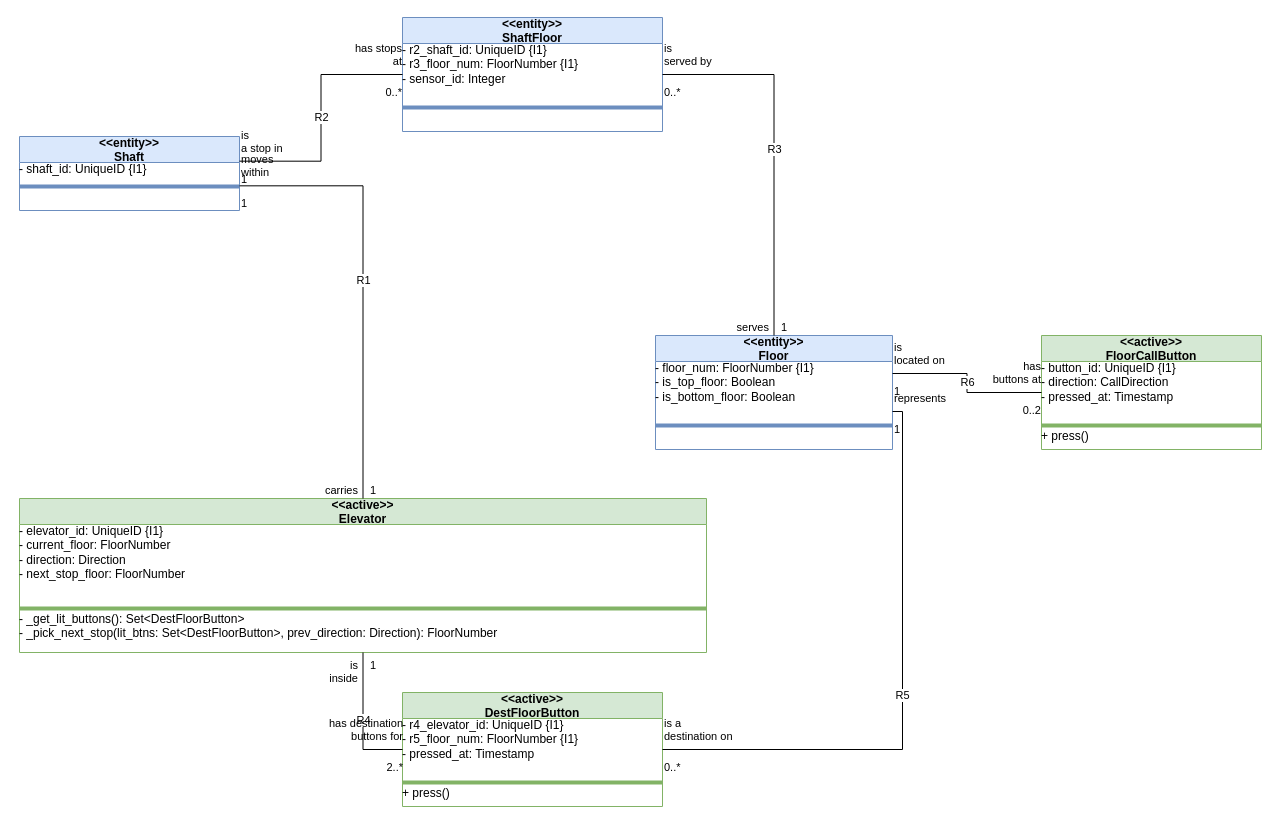
BChaloux-Cyn/MDF-Simulator keeps this draw.io diagram as examples/elevator/.design/model/diagrams/Elevator-class-diagram.drawio. Above is the earlier version. Source tidied: cells renumbered, new cells numbered last; positions are measured from the earlier drawing's top-left corner, leaving out a move shared by most shapes. Both pictures are drawn from the tidied source at 100%, with x=0, y=0 at pixel (19, 17).
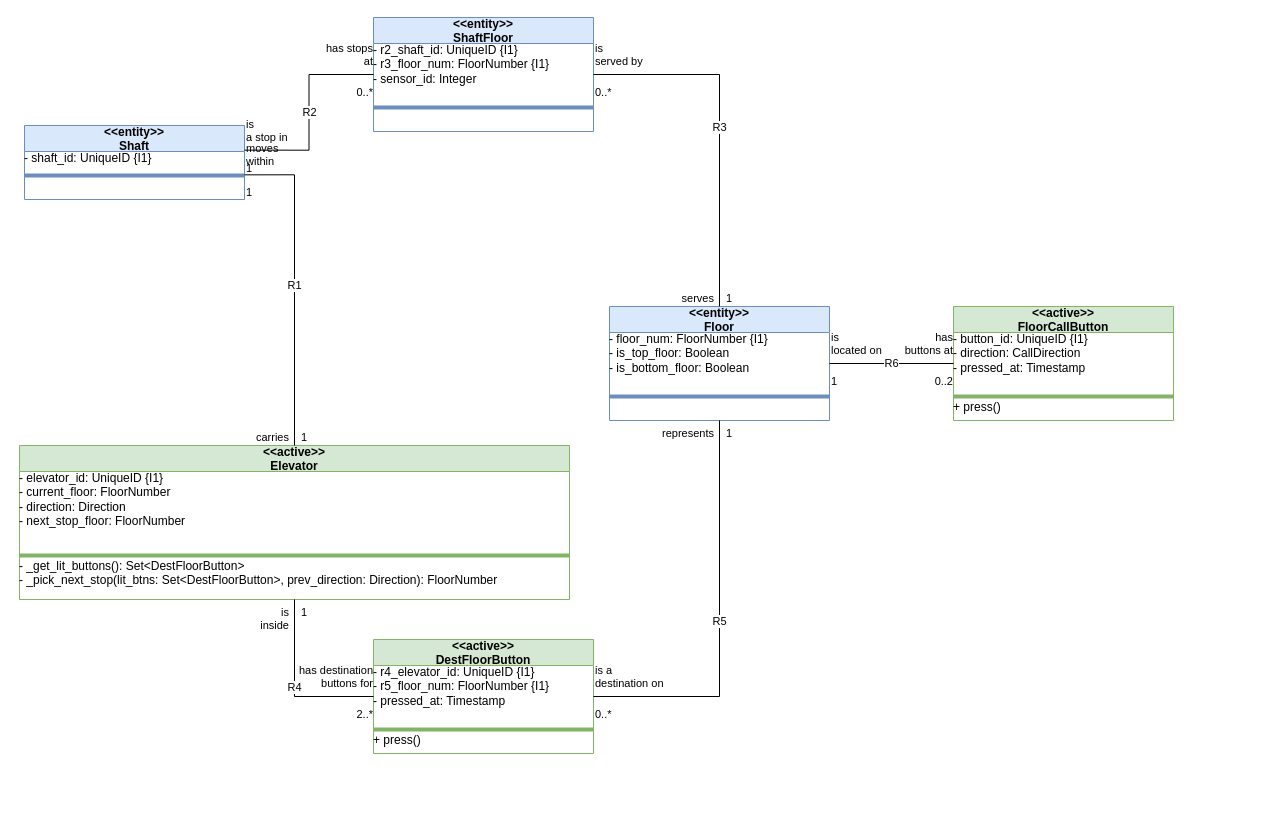
The same page after the edit.

Commit message (it also covers changes not shown here):
fix(drawio): reduce class width estimate from 7.5 to 6.0 px/char

Change to the diagram source:
```diff
@@
     <mxCell id="2" value="&lt;&lt;active&gt;&gt;&#10;Elevator" style="swimlane;fontStyle=1;horizontal=1;startSize=26;fillColor=#d5e8d4;strokeColor=#82b366;rounded=0;stackFill=1;" parent="1" vertex="1">
-      <mxGeometry y="481" width="687" height="154" as="geometry" />
+      <mxGeometry y="428" width="550" height="154" as="geometry" />
     </mxCell>
     <mxCell id="3" value="- elevator_id: UniqueID {I1}&lt;br&gt;- current_floor: FloorNumber&lt;br&gt;- direction: Direction&lt;br&gt;- next_stop_floor: FloorNumber" style="text;strokeColor=none;fillColor=none;align=left;verticalAlign=top;spacingLeft=4;spacingRight=4;html=1;overflow=fill;whiteSpace=wrap;" parent="2" vertex="1">
-      <mxGeometry y="26" width="687" height="80" as="geometry" />
+      <mxGeometry y="26" width="550" height="80" as="geometry" />
     </mxCell>
     <mxCell id="4" style="line;strokeColor=inherit;fillColor=none;align=left;verticalAlign=middle;spacingTop=-1;spacingBottom=-1;spacingLeft=3;spacingRight=3;" parent="2" vertex="1">
-      <mxGeometry y="106" width="687" height="8" as="geometry" />
+      <mxGeometry y="106" width="550" height="8" as="geometry" />
     </mxCell>
     <mxCell id="5" value="- _get_lit_buttons(): Set&amp;lt;DestFloorButton&amp;gt;&lt;br&gt;- _pick_next_stop(lit_btns: Set&amp;lt;DestFloorButton&amp;gt;, prev_direction: Direction): FloorNumber" style="text;strokeColor=none;fillColor=none;align=left;verticalAlign=top;spacingLeft=4;spacingRight=4;html=1;overflow=fill;whiteSpace=wrap;" parent="2" vertex="1">
-      <mxGeometry y="114" width="687" height="40" as="geometry" />
+      <mxGeometry y="114" width="550" height="40" as="geometry" />
     </mxCell>
     <mxCell id="6" value="&lt;&lt;entity&gt;&gt;&#10;Shaft" style="swimlane;fontStyle=1;horizontal=1;startSize=26;fillColor=#dae8fc;strokeColor=#6c8ebf;rounded=0;stackFill=1;" parent="1" vertex="1">
-      <mxGeometry y="119" width="220" height="74" as="geometry" />
+      <mxGeometry x="5" y="108" width="220" height="74" as="geometry" />
     </mxCell>
@@
     <mxCell id="10" value="&lt;&lt;entity&gt;&gt;&#10;Floor" style="swimlane;fontStyle=1;horizontal=1;startSize=26;fillColor=#dae8fc;strokeColor=#6c8ebf;rounded=0;stackFill=1;" parent="1" vertex="1">
-      <mxGeometry x="636" y="318" width="237" height="114" as="geometry" />
+      <mxGeometry x="590" y="289" width="220" height="114" as="geometry" />
     </mxCell>
     <mxCell id="11" value="- floor_num: FloorNumber {I1}&lt;br&gt;- is_top_floor: Boolean&lt;br&gt;- is_bottom_floor: Boolean" style="text;strokeColor=none;fillColor=none;align=left;verticalAlign=top;spacingLeft=4;spacingRight=4;html=1;overflow=fill;whiteSpace=wrap;" parent="10" vertex="1">
-      <mxGeometry y="26" width="237" height="60" as="geometry" />
+      <mxGeometry y="26" width="220" height="60" as="geometry" />
     </mxCell>
     <mxCell id="12" style="line;strokeColor=inherit;fillColor=none;align=left;verticalAlign=middle;spacingTop=-1;spacingBottom=-1;spacingLeft=3;spacingRight=3;" parent="10" vertex="1">
-      <mxGeometry y="86" width="237" height="8" as="geometry" />
+      <mxGeometry y="86" width="220" height="8" as="geometry" />
     </mxCell>
     <mxCell id="13" style="text;strokeColor=none;fillColor=none;align=left;verticalAlign=top;spacingLeft=4;spacingRight=4;html=1;overflow=fill;whiteSpace=wrap;" parent="10" vertex="1">
-      <mxGeometry y="94" width="237" height="20" as="geometry" />
+      <mxGeometry y="94" width="220" height="20" as="geometry" />
     </mxCell>
     <mxCell id="14" value="&lt;&lt;entity&gt;&gt;&#10;ShaftFloor" style="swimlane;fontStyle=1;horizontal=1;startSize=26;fillColor=#dae8fc;strokeColor=#6c8ebf;rounded=0;stackFill=1;" parent="1" vertex="1">
-      <mxGeometry x="383" width="260" height="114" as="geometry" />
+      <mxGeometry x="354" width="220" height="114" as="geometry" />
     </mxCell>
     <mxCell id="15" value="- r2_shaft_id: UniqueID {I1}&lt;br&gt;- r3_floor_num: FloorNumber {I1}&lt;br&gt;- sensor_id: Integer" style="text;strokeColor=none;fillColor=none;align=left;verticalAlign=top;spacingLeft=4;spacingRight=4;html=1;overflow=fill;whiteSpace=wrap;" parent="14" vertex="1">
-      <mxGeometry y="26" width="260" height="60" as="geometry" />
+      <mxGeometry y="26" width="220" height="60" as="geometry" />
     </mxCell>
     <mxCell id="16" style="line;strokeColor=inherit;fillColor=none;align=left;verticalAlign=middle;spacingTop=-1;spacingBottom=-1;spacingLeft=3;spacingRight=3;" parent="14" vertex="1">
-      <mxGeometry y="86" width="260" height="8" as="geometry" />
+      <mxGeometry y="86" width="220" height="8" as="geometry" />
     </mxCell>
     <mxCell id="17" style="text;strokeColor=none;fillColor=none;align=left;verticalAlign=top;spacingLeft=4;spacingRight=4;html=1;overflow=fill;whiteSpace=wrap;" parent="14" vertex="1">
-      <mxGeometry y="94" width="260" height="20" as="geometry" />
+      <mxGeometry y="94" width="220" height="20" as="geometry" />
     </mxCell>
     <mxCell id="18" value="&lt;&lt;active&gt;&gt;&#10;DestFloorButton" style="swimlane;fontStyle=1;horizontal=1;startSize=26;fillColor=#d5e8d4;strokeColor=#82b366;rounded=0;stackFill=1;" parent="1" vertex="1">
-      <mxGeometry x="383" y="675" width="260" height="114" as="geometry" />
+      <mxGeometry x="354" y="622" width="220" height="114" as="geometry" />
     </mxCell>
     <mxCell id="19" value="- r4_elevator_id: UniqueID {I1}&lt;br&gt;- r5_floor_num: FloorNumber {I1}&lt;br&gt;- pressed_at: Timestamp" style="text;strokeColor=none;fillColor=none;align=left;verticalAlign=top;spacingLeft=4;spacingRight=4;html=1;overflow=fill;whiteSpace=wrap;" parent="18" vertex="1">
-      <mxGeometry y="26" width="260" height="60" as="geometry" />
+      <mxGeometry y="26" width="220" height="60" as="geometry" />
     </mxCell>
     <mxCell id="20" style="line;strokeColor=inherit;fillColor=none;align=left;verticalAlign=middle;spacingTop=-1;spacingBottom=-1;spacingLeft=3;spacingRight=3;" parent="18" vertex="1">
-      <mxGeometry y="86" width="260" height="8" as="geometry" />
+      <mxGeometry y="86" width="220" height="8" as="geometry" />
     </mxCell>
     <mxCell id="21" value="+ press()" style="text;strokeColor=none;fillColor=none;align=left;verticalAlign=top;spacingLeft=4;spacingRight=4;html=1;overflow=fill;whiteSpace=wrap;" parent="18" vertex="1">
-      <mxGeometry y="94" width="260" height="20" as="geometry" />
+      <mxGeometry y="94" width="220" height="20" as="geometry" />
     </mxCell>
     <mxCell id="22" value="&lt;&lt;active&gt;&gt;&#10;FloorCallButton" style="swimlane;fontStyle=1;horizontal=1;startSize=26;fillColor=#d5e8d4;strokeColor=#82b366;rounded=0;stackFill=1;" parent="1" vertex="1">
-      <mxGeometry x="1022" y="318" width="220" height="114" as="geometry" />
+      <mxGeometry x="934" y="289" width="220" height="114" as="geometry" />
     </mxCell>
@@
-    <mxCell id="46" value="R5" style="edgeStyle=orthogonalEdgeStyle;rounded=0;html=1;endArrow=none;startArrow=none;exitX=1.0;exitY=0.6667;exitDx=0;exitDy=0;entryX=1.0;entryY=0.5;entryDx=0;entryDy=0;" parent="1" edge="1" source="10" target="18">
+    <mxCell id="46" value="R5" style="edgeStyle=orthogonalEdgeStyle;rounded=0;html=1;endArrow=none;startArrow=none;exitX=0.5;exitY=1.0;exitDx=0;exitDy=0;entryX=1.0;entryY=0.5;entryDx=0;entryDy=0;" parent="1" edge="1" source="10" target="18">
       <mxGeometry relative="1" as="geometry" />
     </mxCell>
     <mxCell id="47" value="1" style="edgeLabel;html=1;fillColor=none;strokeColor=none;labelBackgroundColor=none;align=left;verticalAlign=top;" parent="46" vertex="1">
-      <mxGeometry x="-1" y="-5" relative="1" as="geometry" />
+      <mxGeometry x="-1" y="5" relative="1" as="geometry" />
     </mxCell>
-    <mxCell id="48" value="represents" style="edgeLabel;html=1;fillColor=none;strokeColor=none;labelBackgroundColor=none;align=left;verticalAlign=bottom;" parent="46" vertex="1">
-      <mxGeometry x="-1" y="5" relative="1" as="geometry" />
+    <mxCell id="48" value="represents" style="edgeLabel;html=1;fillColor=none;strokeColor=none;labelBackgroundColor=none;align=right;verticalAlign=top;" parent="46" vertex="1">
+      <mxGeometry x="-1" y="-5" relative="1" as="geometry" />
     </mxCell>
@@
-    <mxCell id="51" value="R6" style="edgeStyle=orthogonalEdgeStyle;rounded=0;html=1;endArrow=none;startArrow=none;exitX=1.0;exitY=0.3333;exitDx=0;exitDy=0;entryX=0.0;entryY=0.5;entryDx=0;entryDy=0;" parent="1" edge="1" source="10" target="22">
+    <mxCell id="51" value="R6" style="edgeStyle=orthogonalEdgeStyle;rounded=0;html=1;endArrow=none;startArrow=none;exitX=1.0;exitY=0.5;exitDx=0;exitDy=0;entryX=0.0;entryY=0.5;entryDx=0;entryDy=0;" parent="1" edge="1" source="10" target="22">
       <mxGeometry relative="1" as="geometry" />
     </mxCell>
```
